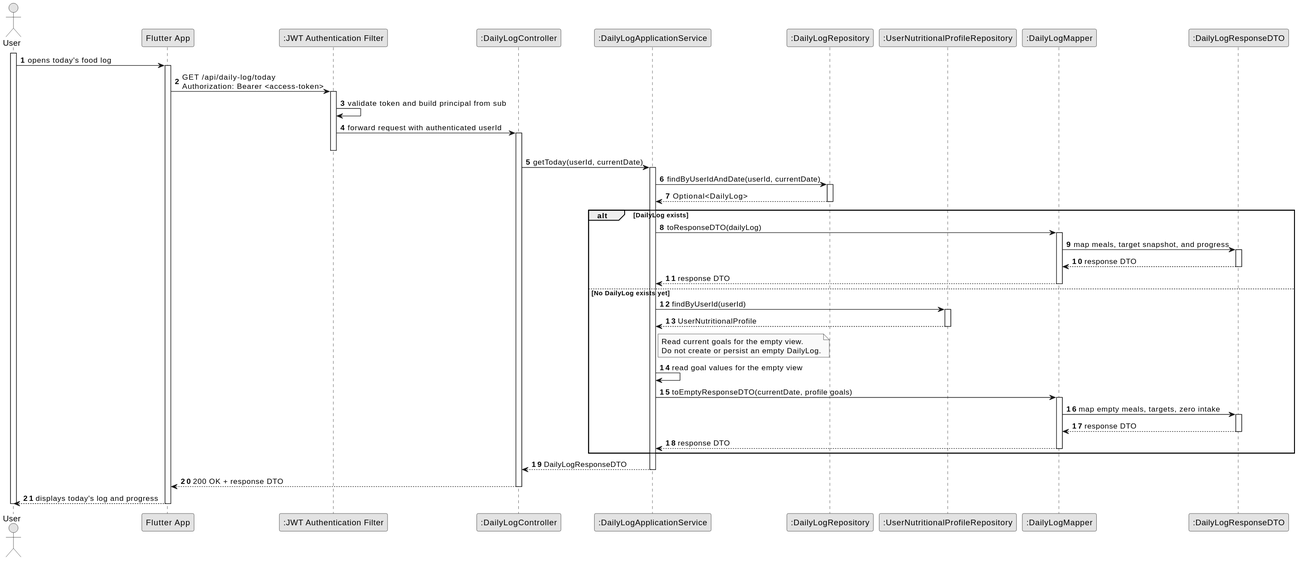
This is backend/docs/US004/US004_SD_1.svg from Pedro-P21/FitMaxxer, a PlantUML export, as it was before one commit.
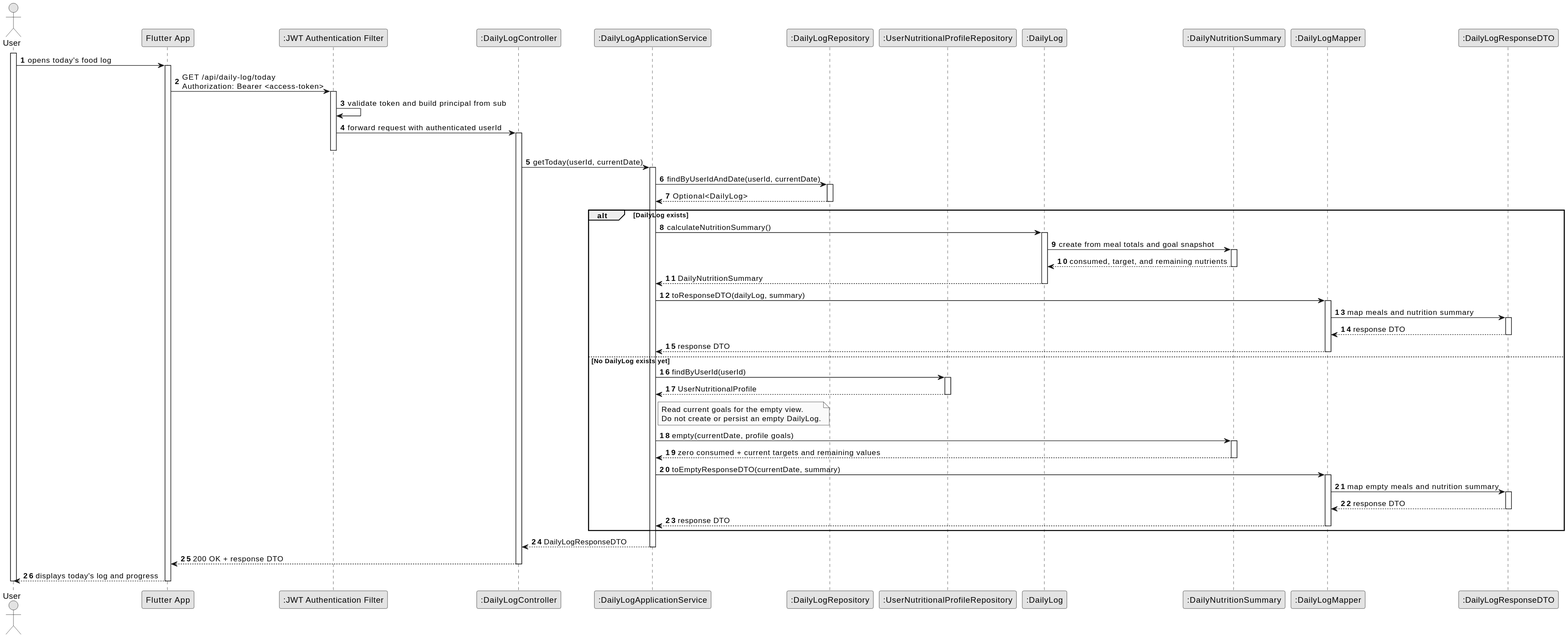
Later version of the same file.

Change to the diagram source:
```diff
@@ -11,6 +11,8 @@
 participant ":DailyLogApplicationService" as Svc
 participant ":DailyLogRepository" as LogRepo
 participant ":UserNutritionalProfileRepository" as ProfileRepo
+participant ":DailyLog" as DailyLog
+participant ":DailyNutritionSummary" as Summary
 participant ":DailyLogMapper" as Mapper
 participant ":DailyLogResponseDTO" as ResponseDTO
 
@@ -33,9 +35,17 @@
 deactivate LogRepo
 
 alt DailyLog exists
-  Svc -> Mapper : toResponseDTO(dailyLog)
+  Svc -> DailyLog : calculateNutritionSummary()
+  activate DailyLog
+  DailyLog -> Summary : create from meal totals and goal snapshot
+  activate Summary
+  Summary --> DailyLog : consumed, target, and remaining nutrients
+  deactivate Summary
+  DailyLog --> Svc : DailyNutritionSummary
+  deactivate DailyLog
+  Svc -> Mapper : toResponseDTO(dailyLog, summary)
   activate Mapper
-  Mapper -> ResponseDTO : map meals, target snapshot, and progress
+  Mapper -> ResponseDTO : map meals and nutrition summary
   activate ResponseDTO
   ResponseDTO --> Mapper : response DTO
   deactivate ResponseDTO
@@ -50,10 +60,13 @@
     Read current goals for the empty view.
     Do not create or persist an empty DailyLog.
   end note
-  Svc -> Svc : read goal values for the empty view
-  Svc -> Mapper : toEmptyResponseDTO(currentDate, profile goals)
+  Svc -> Summary : empty(currentDate, profile goals)
+  activate Summary
+  Summary --> Svc : zero consumed + current targets and remaining values
+  deactivate Summary
+  Svc -> Mapper : toEmptyResponseDTO(currentDate, summary)
   activate Mapper
-  Mapper -> ResponseDTO : map empty meals, targets, zero intake
+  Mapper -> ResponseDTO : map empty meals and nutrition summary
   activate ResponseDTO
   ResponseDTO --> Mapper : response DTO
   deactivate ResponseDTO
```
